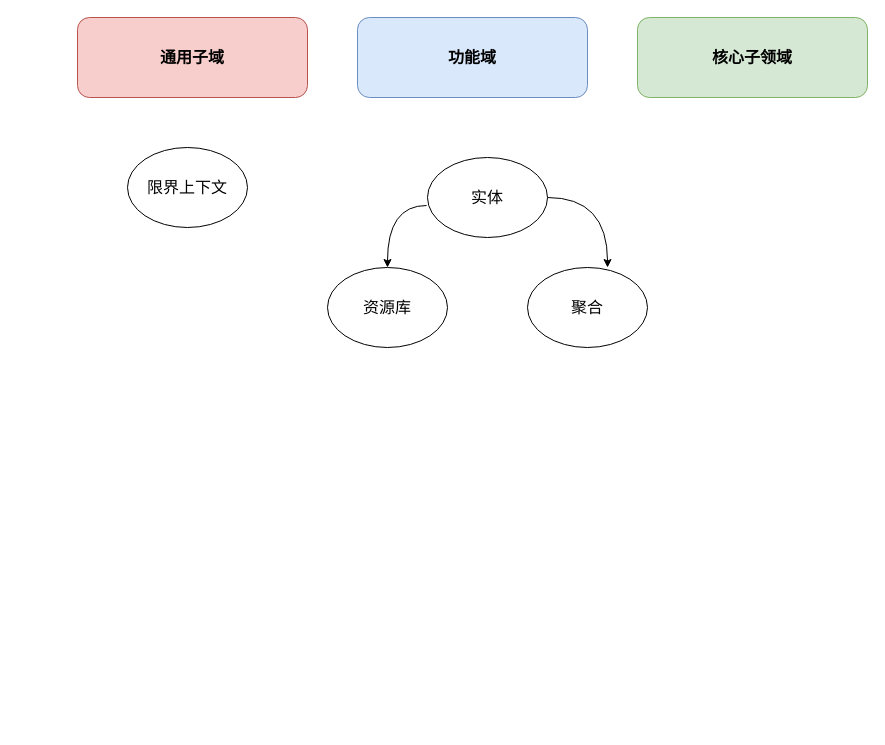
echotj/im keeps this draw.io diagram as ngedr_domain.drawio. Above is the earlier version. Source tidied: cells renumbered, new cells numbered last; positions are measured from the earlier drawing's top-left corner, leaving out a move shared by most shapes. Both pictures are drawn from the tidied source at 100%, with x=0, y=0 at pixel (77, 17).
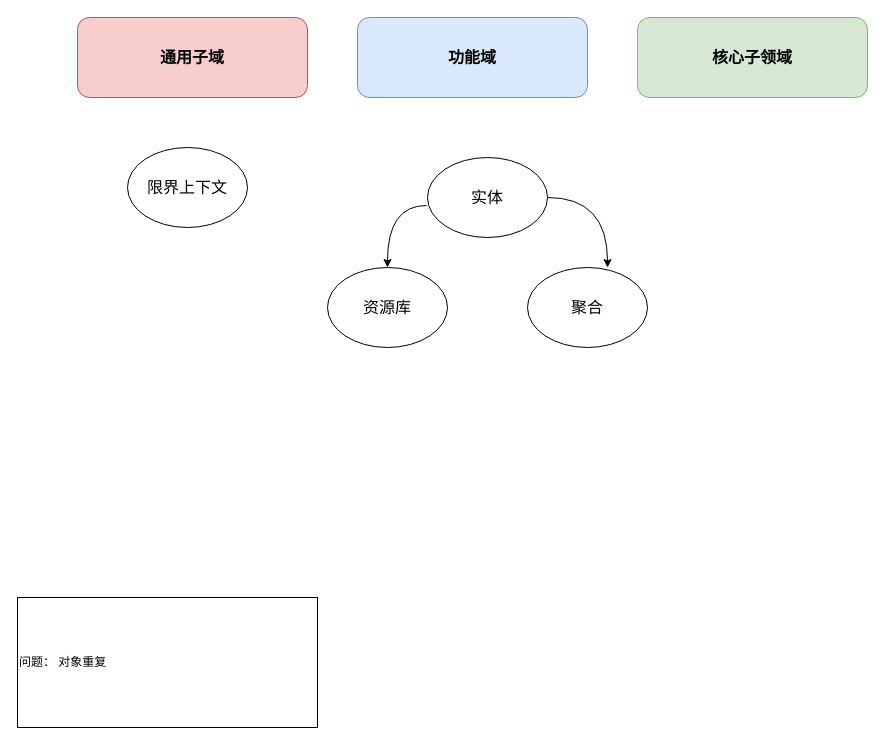
After the change.

What changed in the source:
```diff
@@
 <mxGraphModel>
   <root>
     <mxCell id="0" />
     <mxCell id="1" parent="0" />
     <mxCell id="2" value="&lt;font style=&quot;font-size: 16px;&quot;&gt;&lt;b&gt;通用子域&lt;/b&gt;&lt;/font&gt;" style="rounded=1;whiteSpace=wrap;html=1;fillColor=#f8cecc;strokeColor=#b85450;" parent="1" vertex="1">
       <mxGeometry width="230" height="80" as="geometry" />
     </mxCell>
     <mxCell id="3" value="&lt;font style=&quot;font-size: 16px;&quot;&gt;&lt;b&gt;功能域&lt;/b&gt;&lt;/font&gt;" style="rounded=1;whiteSpace=wrap;html=1;fillColor=#dae8fc;strokeColor=#6c8ebf;" parent="1" vertex="1">
       <mxGeometry x="280" width="230" height="80" as="geometry" />
     </mxCell>
     <mxCell id="4" value="&lt;font style=&quot;font-size: 16px;&quot;&gt;&lt;b&gt;核心子领域&lt;/b&gt;&lt;/font&gt;" style="rounded=1;whiteSpace=wrap;html=1;fillColor=#d5e8d4;strokeColor=#82b366;" parent="1" vertex="1">
       <mxGeometry x="560" width="230" height="80" as="geometry" />
     </mxCell>
     <mxCell id="5" value="&lt;font style=&quot;font-size: 16px;&quot;&gt;限界上下文&lt;/font&gt;" style="ellipse;whiteSpace=wrap;html=1;" parent="1" vertex="1">
       <mxGeometry x="50" y="130" width="120" height="80" as="geometry" />
     </mxCell>
     <mxCell id="6" style="edgeStyle=orthogonalEdgeStyle;jettySize=auto;html=1;curved=1;exitX=-0.008;exitY=0.6;exitDx=0;exitDy=0;exitPerimeter=0;" parent="1" edge="1" source="8" target="9">
       <mxGeometry relative="1" as="geometry" />
     </mxCell>
     <mxCell id="7" style="edgeStyle=orthogonalEdgeStyle;jettySize=auto;html=1;entryX=0.667;entryY=0;entryDx=0;entryDy=0;entryPerimeter=0;curved=1;exitX=1;exitY=0.5;exitDx=0;exitDy=0;" parent="1" edge="1" source="8" target="10">
       <mxGeometry relative="1" as="geometry" />
     </mxCell>
     <mxCell id="8" value="&lt;font style=&quot;font-size: 16px;&quot;&gt;实体&lt;/font&gt;" style="ellipse;whiteSpace=wrap;html=1;" parent="1" vertex="1">
       <mxGeometry x="350" y="140" width="120" height="80" as="geometry" />
     </mxCell>
     <mxCell id="9" value="&lt;span style=&quot;font-size: 16px;&quot;&gt;资源库&lt;/span&gt;" style="ellipse;whiteSpace=wrap;html=1;" parent="1" vertex="1">
       <mxGeometry x="250" y="250" width="120" height="80" as="geometry" />
     </mxCell>
     <mxCell id="10" value="&lt;span style=&quot;font-size: 16px;&quot;&gt;聚合&lt;/span&gt;" style="ellipse;whiteSpace=wrap;html=1;" parent="1" vertex="1">
       <mxGeometry x="450" y="250" width="120" height="80" as="geometry" />
     </mxCell>
+    <mxCell id="11" value="&lt;div style=&quot;&quot;&gt;&lt;span style=&quot;background-color: initial;&quot;&gt;问题： 对象重复&lt;/span&gt;&lt;/div&gt;" style="whiteSpace=wrap;html=1;align=left;" parent="1" vertex="1">
+      <mxGeometry x="-60" y="580" width="300" height="130" as="geometry" />
+    </mxCell>
   </root>
 </mxGraphModel>
```
